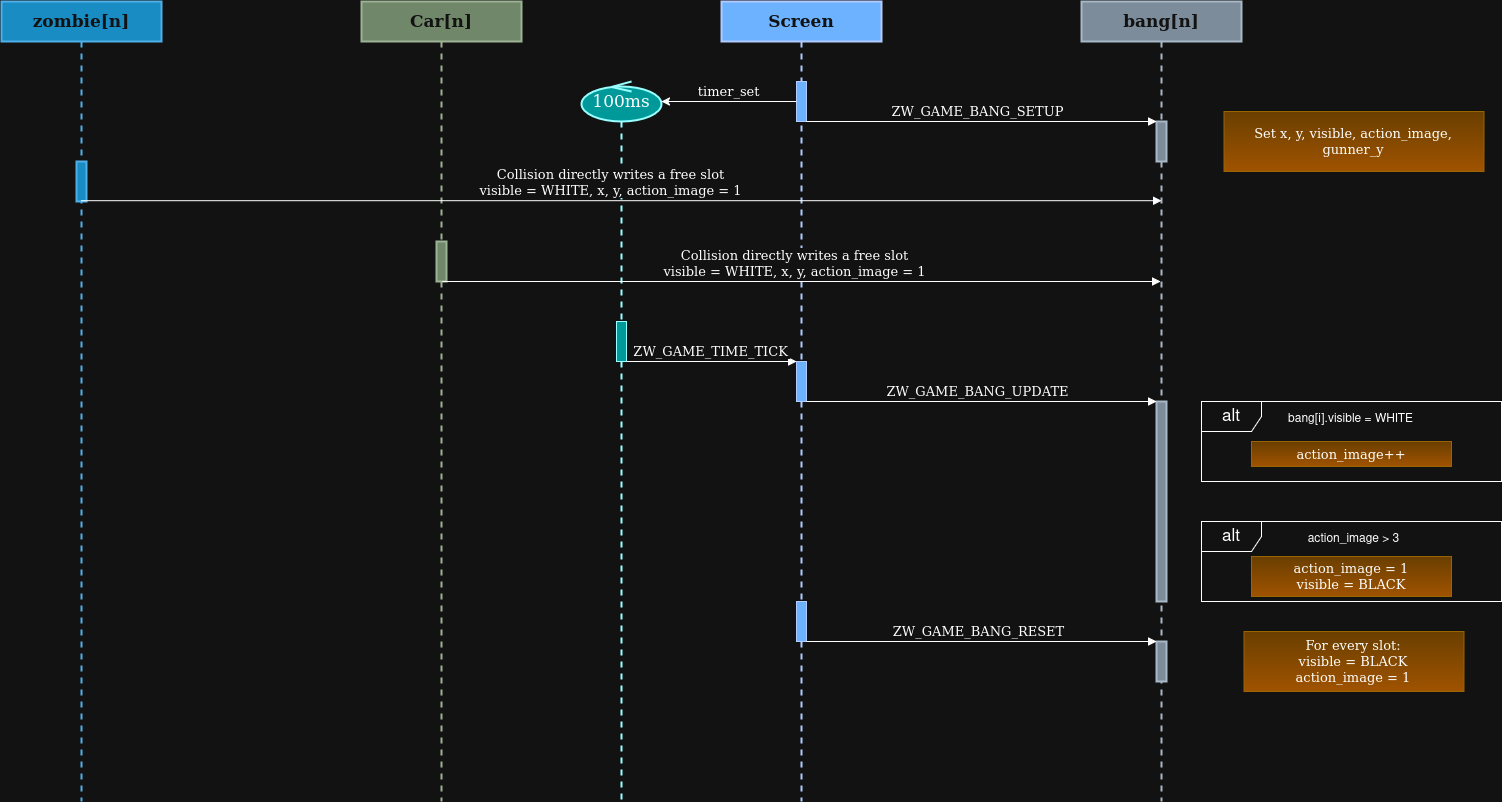
Above: resources/images/sequence_object/zw_game_bang_sequence.png in caotrongphuoc/mini-clock (draw.io), before the change. Source tidied: cells renumbered, new cells last; positions are measured from the earlier drawing's top-left corner, leaving out a move shared by most shapes.
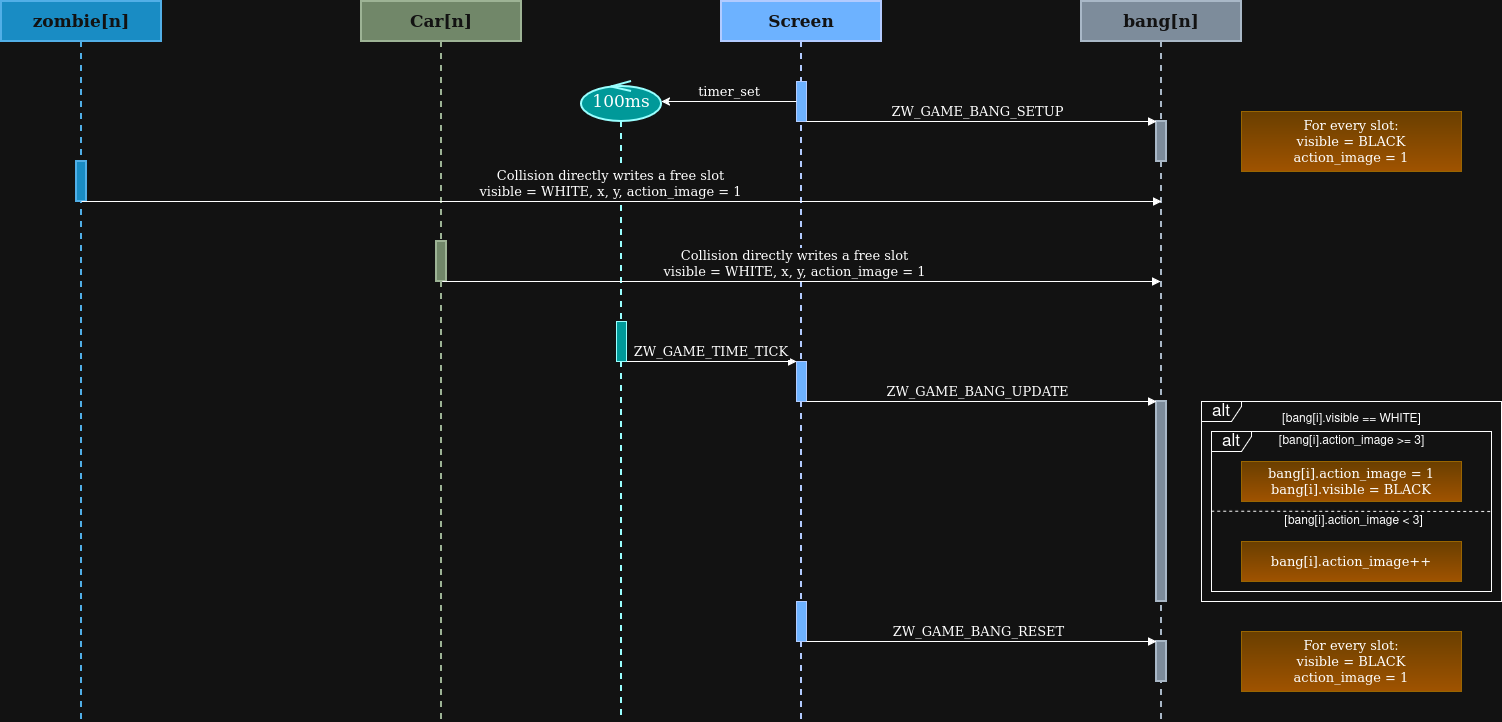
The same diagram one commit later.

The edit, as a diff of the source:
```diff
@@ -3,7 +3,7 @@
     <mxCell id="0" />
     <mxCell id="1" parent="0" />
     <mxCell id="2" value="Screen" style="shape=umlLifeline;perimeter=lifelinePerimeter;whiteSpace=wrap;html=1;newEdgeStyle={&quot;edgeStyle&quot;:&quot;elbowEdgeStyle&quot;,&quot;elbow&quot;:&quot;vertical&quot;,&quot;curved&quot;:0,&quot;rounded&quot;:0};fillColor=#0050ef;fontColor=#ffffff;strokeColor=light-dark(#000000,#B2CBFF);fontSize=17;fontStyle=1;labelBackgroundColor=none;fontFamily=Comic Sans MS;strokeWidth=2;" parent="1" vertex="1">
-      <mxGeometry x="720" width="160" height="800" as="geometry" />
+      <mxGeometry x="720" width="160" height="720" as="geometry" />
     </mxCell>
     <mxCell id="3" style="html=1;points=[[0,0,0,0,5],[0,1,0,0,-5],[1,0,0,0,5],[1,1,0,0,-5]];perimeter=orthogonalPerimeter;outlineConnect=0;targetShapes=umlLifeline;portConstraint=eastwest;newEdgeStyle={&quot;curved&quot;:0,&quot;rounded&quot;:0};fillColor=light-dark(#FFFFFF,#6DB2FF);strokeColor=light-dark(#000000,#B2CBFF);fontFamily=Comic Sans MS;fontSize=13;" parent="2" vertex="1">
       <mxGeometry x="75" y="80" width="10" height="40" as="geometry" />
@@ -15,7 +15,7 @@
       <mxGeometry x="75" y="600" width="10" height="40" as="geometry" />
     </mxCell>
     <mxCell id="6" value="bang[n]" style="shape=umlLifeline;perimeter=lifelinePerimeter;whiteSpace=wrap;html=1;outlineConnect=0;portConstraint=eastwest;newEdgeStyle={&quot;edgeStyle&quot;:&quot;elbowEdgeStyle&quot;,&quot;elbow&quot;:&quot;vertical&quot;,&quot;curved&quot;:0,&quot;rounded&quot;:0};fillColor=#647687;fontColor=#ffffff;strokeColor=#314354;fontSize=17;fontStyle=1;labelBackgroundColor=none;fontFamily=Comic Sans MS;strokeWidth=2;" parent="1" vertex="1">
-      <mxGeometry x="1080" width="160" height="800" as="geometry" />
+      <mxGeometry x="1080" width="160" height="720" as="geometry" />
     </mxCell>
     <mxCell id="7" style="html=1;points=[[0,0,0,0,5],[0,1,0,0,-5],[1,0,0,0,5],[1,1,0,0,-5]];perimeter=orthogonalPerimeter;outlineConnect=0;targetShapes=umlLifeline;portConstraint=eastwest;newEdgeStyle={&quot;curved&quot;:0,&quot;rounded&quot;:0};fillColor=#647687;fontColor=#ffffff;strokeColor=#314354;fontSize=13;fontStyle=0;labelBackgroundColor=none;fontFamily=Comic Sans MS;strokeWidth=2;" parent="6" vertex="1">
       <mxGeometry x="75" y="120" width="10" height="40" as="geometry" />
@@ -27,7 +27,7 @@
       <mxGeometry x="75" y="640" width="10" height="40" as="geometry" />
     </mxCell>
     <mxCell id="10" value="&lt;font style=&quot;font-size: 17px;&quot;&gt;zombie[n]&lt;/font&gt;" style="shape=umlLifeline;perimeter=lifelinePerimeter;whiteSpace=wrap;html=1;outlineConnect=0;portConstraint=eastwest;newEdgeStyle={&quot;edgeStyle&quot;:&quot;elbowEdgeStyle&quot;,&quot;elbow&quot;:&quot;vertical&quot;,&quot;curved&quot;:0,&quot;rounded&quot;:0};fillColor=#1ba1e2;fontColor=#ffffff;strokeColor=#006EAF;fontSize=13;fontStyle=1;labelBackgroundColor=none;fontFamily=Comic Sans MS;strokeWidth=2;" parent="1" vertex="1">
-      <mxGeometry width="160" height="800" as="geometry" />
+      <mxGeometry width="160" height="720" as="geometry" />
     </mxCell>
     <mxCell id="11" style="html=1;perimeter=orthogonalPerimeter;targetShapes=umlLifeline;newEdgeStyle={&quot;curved&quot;:0,&quot;rounded&quot;:0};fillColor=#1ba1e2;fontColor=#ffffff;strokeColor=#006EAF;fontSize=15;fontStyle=0;labelBackgroundColor=none;fontFamily=Comic Sans MS;strokeWidth=2;" parent="10" vertex="1">
       <mxGeometry x="75" y="160" width="10" height="40" as="geometry" />
@@ -54,22 +54,22 @@
       <mxGeometry x="-0.02" relative="1" as="geometry" />
     </mxCell>
     <mxCell id="17" value="Car[n]" style="shape=umlLifeline;perimeter=lifelinePerimeter;whiteSpace=wrap;html=1;newEdgeStyle={&quot;edgeStyle&quot;:&quot;elbowEdgeStyle&quot;,&quot;elbow&quot;:&quot;vertical&quot;,&quot;curved&quot;:0,&quot;rounded&quot;:0};fillColor=#6d8764;fontColor=#ffffff;strokeColor=#3A5431;fontSize=17;fontStyle=1;labelBackgroundColor=none;fontFamily=Comic Sans MS;strokeWidth=2;" parent="1" vertex="1">
-      <mxGeometry x="360" width="160" height="800" as="geometry" />
+      <mxGeometry x="360" width="160" height="720" as="geometry" />
     </mxCell>
     <mxCell id="18" style="html=1;perimeter=orthogonalPerimeter;targetShapes=umlLifeline;newEdgeStyle={&quot;curved&quot;:0,&quot;rounded&quot;:0};fillColor=#6d8764;fontColor=#ffffff;strokeColor=#3A5431;fontSize=15;fontStyle=0;labelBackgroundColor=none;fontFamily=Comic Sans MS;strokeWidth=2;" parent="17" vertex="1">
       <mxGeometry x="75" y="240" width="10" height="40" as="geometry" />
     </mxCell>
-    <mxCell id="19" value="Set x, y, visible, action_image, gunner_y" style="whiteSpace=wrap;html=1;shape=mxgraph.basic.rectCallout;dx=39.94;dy=0;boundedLbl=1;fillColor=#ffcd28;gradientColor=#ffa500;strokeColor=#d79b00;fontSize=13;fontFamily=Comic Sans MS;" parent="1" vertex="1">
-      <mxGeometry x="1222.5" y="110" width="260" height="60" as="geometry" />
-    </mxCell>
     <mxCell id="20" value="100ms" style="shape=umlLifeline;perimeter=lifelinePerimeter;whiteSpace=wrap;html=1;newEdgeStyle={&quot;curved&quot;:0,&quot;rounded&quot;:0};participant=umlControl;fontFamily=Comic Sans MS;fontSize=17;fillColor=light-dark(#FFFFFF,#009999);strokeColor=light-dark(#000000,#99FFFF);strokeWidth=2;" parent="1" vertex="1">
-      <mxGeometry x="580" y="80" width="80" height="720" as="geometry" />
+      <mxGeometry x="580" y="80" width="80" height="640" as="geometry" />
     </mxCell>
     <mxCell id="21" style="html=1;points=[[0,0,0,0,5],[0,1,0,0,-5],[1,0,0,0,5],[1,1,0,0,-5]];perimeter=orthogonalPerimeter;outlineConnect=0;targetShapes=umlLifeline;portConstraint=eastwest;newEdgeStyle={&quot;curved&quot;:0,&quot;rounded&quot;:0};strokeColor=light-dark(#000000,#99FFFF);fillColor=light-dark(#FFFFFF,#009999);fontFamily=Comic Sans MS;fontSize=13;" parent="20" vertex="1">
       <mxGeometry x="35" y="240" width="10" height="40" as="geometry" />
     </mxCell>
-    <mxCell id="22" value="&lt;div&gt;Collision directly writes a free slot&lt;/div&gt;&lt;div&gt;visible = WHITE, x, y, action_image = 1&lt;/div&gt;" style="html=1;verticalAlign=bottom;endArrow=block;curved=0;rounded=0;fontSize=13;fontFamily=Comic Sans MS;entryX=0.5;entryY=0.249;entryDx=0;entryDy=0;entryPerimeter=0;" parent="1" edge="1" source="10" target="6">
-      <mxGeometry x="-0.02" relative="1" as="geometry" />
+    <mxCell id="22" value="&lt;div&gt;Collision directly writes a free slot&lt;/div&gt;&lt;div&gt;visible = WHITE, x, y, action_image = 1&lt;/div&gt;" style="html=1;verticalAlign=bottom;endArrow=block;curved=0;rounded=0;fontSize=13;fontFamily=Comic Sans MS;entryX=0.5;entryY=0.249;entryDx=0;entryDy=0;entryPerimeter=0;" parent="1" edge="1">
+      <mxGeometry x="-0.02" relative="1" as="geometry">
+        <mxPoint x="79.9" y="200" as="sourcePoint" />
+        <mxPoint x="1160.1" y="200" as="targetPoint" />
+      </mxGeometry>
     </mxCell>
     <mxCell id="23" value="&lt;div&gt;Collision directly writes a free slot&lt;/div&gt;&lt;div&gt;visible = WHITE, x, y, action_image = 1&lt;/div&gt;" style="html=1;verticalAlign=bottom;endArrow=block;curved=0;rounded=0;fontSize=13;fontFamily=Comic Sans MS;entryX=0.493;entryY=0.301;entryDx=0;entryDy=0;entryPerimeter=0;" parent="1" edge="1">
       <mxGeometry x="-0.02" relative="1" as="geometry">
@@ -77,26 +77,35 @@
         <mxPoint x="1159.2" y="280" as="targetPoint" />
       </mxGeometry>
     </mxCell>
-    <mxCell id="24" value="&lt;font style=&quot;font-size: 17px;&quot;&gt;alt&lt;/font&gt;" style="shape=umlFrame;whiteSpace=wrap;html=1;" parent="1" vertex="1">
-      <mxGeometry x="1200" y="400" width="300" height="80" as="geometry" />
+    <mxCell id="24" value="&lt;font style=&quot;font-size: 17px;&quot;&gt;alt&lt;/font&gt;" style="shape=umlFrame;whiteSpace=wrap;html=1;width=40;height=20;" parent="1" vertex="1">
+      <mxGeometry x="1200" y="400" width="300" height="200" as="geometry" />
     </mxCell>
-    <mxCell id="25" value="bang[i].visible = WHITE" style="text;html=1;whiteSpace=wrap;strokeColor=none;fillColor=none;align=center;verticalAlign=middle;rounded=0;fontSize=12;" parent="1" vertex="1">
+    <mxCell id="25" value="[bang[i].visible == WHITE]" style="text;html=1;whiteSpace=wrap;strokeColor=none;fillColor=none;align=center;verticalAlign=middle;rounded=0;fontSize=12;" parent="1" vertex="1">
       <mxGeometry x="1227.5" y="400" width="245" height="35" as="geometry" />
     </mxCell>
-    <mxCell id="26" value="action_image++" style="whiteSpace=wrap;html=1;shape=mxgraph.basic.rectCallout;dx=39.94;dy=0;boundedLbl=1;fillColor=#ffcd28;gradientColor=#ffa500;strokeColor=#d79b00;fontSize=13;fontFamily=Comic Sans MS;" parent="1" vertex="1">
-      <mxGeometry x="1250" y="440" width="200" height="25" as="geometry" />
-    </mxCell>
+    <mxCell id="30" value="&lt;div&gt;For every slot:&lt;/div&gt;&lt;div&gt;visible = BLACK&lt;/div&gt;&lt;div&gt;action_image = 1&lt;/div&gt;" style="whiteSpace=wrap;html=1;shape=mxgraph.basic.rectCallout;dx=39.94;dy=0;boundedLbl=1;fillColor=#ffcd28;gradientColor=#ffa500;strokeColor=#d79b00;fontSize=13;fontFamily=Comic Sans MS;" parent="1" vertex="1">
+      <mxGeometry x="1240" y="630" width="220" height="60" as="geometry" />
+    </mxCell>
-    <mxCell id="27" value="&lt;font style=&quot;font-size: 17px;&quot;&gt;alt&lt;/font&gt;" style="shape=umlFrame;whiteSpace=wrap;html=1;" parent="1" vertex="1">
-      <mxGeometry x="1200" y="520" width="300" height="80" as="geometry" />
+    <mxCell id="27" value="&lt;font style=&quot;font-size: 17px;&quot;&gt;alt&lt;/font&gt;" style="shape=umlFrame;whiteSpace=wrap;html=1;width=40;height=20;" parent="1" vertex="1">
+      <mxGeometry x="1210" y="430" width="280" height="160" as="geometry" />
     </mxCell>
-    <mxCell id="28" value="action_image &amp;gt; 3" style="text;html=1;whiteSpace=wrap;strokeColor=none;fillColor=none;align=center;verticalAlign=middle;rounded=0;fontSize=12;" parent="1" vertex="1">
-      <mxGeometry x="1230" y="520" width="245" height="35" as="geometry" />
-    </mxCell>
-    <mxCell id="29" value="&lt;div&gt;action_image = 1&lt;/div&gt;&lt;div&gt;visible = BLACK&lt;/div&gt;" style="whiteSpace=wrap;html=1;shape=mxgraph.basic.rectCallout;dx=39.94;dy=0;boundedLbl=1;fillColor=#ffcd28;gradientColor=#ffa500;strokeColor=#d79b00;fontSize=13;fontFamily=Comic Sans MS;" parent="1" vertex="1">
-      <mxGeometry x="1250" y="555" width="200" height="40" as="geometry" />
-    </mxCell>
-    <mxCell id="30" value="&lt;div&gt;For every slot:&lt;/div&gt;&lt;div&gt;visible = BLACK&lt;/div&gt;&lt;div&gt;action_image = 1&lt;/div&gt;" style="whiteSpace=wrap;html=1;shape=mxgraph.basic.rectCallout;dx=39.94;dy=0;boundedLbl=1;fillColor=#ffcd28;gradientColor=#ffa500;strokeColor=#d79b00;fontSize=13;fontFamily=Comic Sans MS;" parent="1" vertex="1">
-      <mxGeometry x="1242.5" y="630" width="220" height="60" as="geometry" />
-    </mxCell>
+    <mxCell id="31" value="[bang[i].action_image &amp;gt;= 3]" style="text;html=1;whiteSpace=wrap;strokeColor=none;fillColor=none;align=center;verticalAlign=middle;rounded=0;fontSize=12;" parent="1" vertex="1">
+      <mxGeometry x="1268.8" y="430" width="162.5" height="20" as="geometry" />
+    </mxCell>
+    <mxCell id="32" value="&lt;div&gt;bang[i].action_image = 1&lt;/div&gt;&lt;div&gt;bang[i].visible = BLACK&lt;/div&gt;" style="whiteSpace=wrap;html=1;shape=mxgraph.basic.rectCallout;dx=39.94;dy=0;boundedLbl=1;fillColor=#ffcd28;gradientColor=#ffa500;strokeColor=#d79b00;fontSize=13;fontFamily=Comic Sans MS;" parent="1" vertex="1">
+      <mxGeometry x="1240" y="460" width="220" height="40" as="geometry" />
+    </mxCell>
+    <mxCell id="33" style="endArrow=none;dashed=1;html=1;rounded=0;exitX=-0.001;exitY=0.498;exitDx=0;exitDy=0;exitPerimeter=0;entryX=0.999;entryY=0.5;entryDx=0;entryDy=0;entryPerimeter=0;" parent="1" edge="1" source="27" target="27">
+      <mxGeometry relative="1" as="geometry" />
+    </mxCell>
+    <mxCell id="34" value="[bang[i].action_image &amp;lt; 3]" style="text;html=1;whiteSpace=wrap;strokeColor=none;fillColor=none;align=center;verticalAlign=middle;rounded=0;fontSize=12;" parent="1" vertex="1">
+      <mxGeometry x="1271.2" y="510" width="162.5" height="20" as="geometry" />
+    </mxCell>
+    <mxCell id="35" value="&lt;div&gt;bang[i].action_image++&lt;/div&gt;" style="whiteSpace=wrap;html=1;shape=mxgraph.basic.rectCallout;dx=39.94;dy=0;boundedLbl=1;fillColor=#ffcd28;gradientColor=#ffa500;strokeColor=#d79b00;fontSize=13;fontFamily=Comic Sans MS;" parent="1" vertex="1">
+      <mxGeometry x="1240" y="540" width="220" height="40" as="geometry" />
+    </mxCell>
+    <mxCell id="36" value="&lt;div&gt;For every slot:&lt;/div&gt;&lt;div&gt;visible = BLACK&lt;/div&gt;&lt;div&gt;action_image = 1&lt;/div&gt;" style="whiteSpace=wrap;html=1;shape=mxgraph.basic.rectCallout;dx=39.94;dy=0;boundedLbl=1;fillColor=#ffcd28;gradientColor=#ffa500;strokeColor=#d79b00;fontSize=13;fontFamily=Comic Sans MS;" parent="1" vertex="1">
+      <mxGeometry x="1240" y="110" width="220" height="60" as="geometry" />
+    </mxCell>
   </root>
 </mxGraphModel>
```
